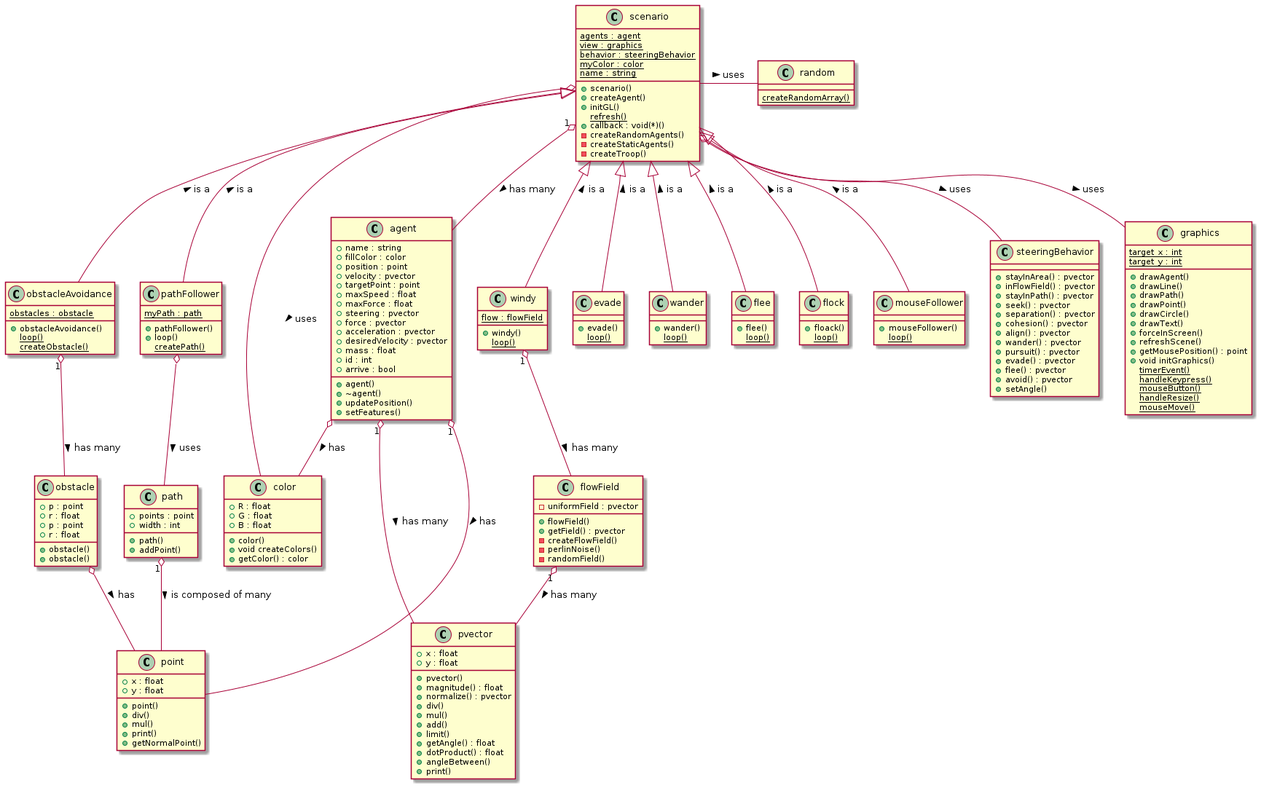
Earlier version of the PlantUML export docs/uml/class_diagram.png (mehmetrizaoz/autonomousSteeringAgents).
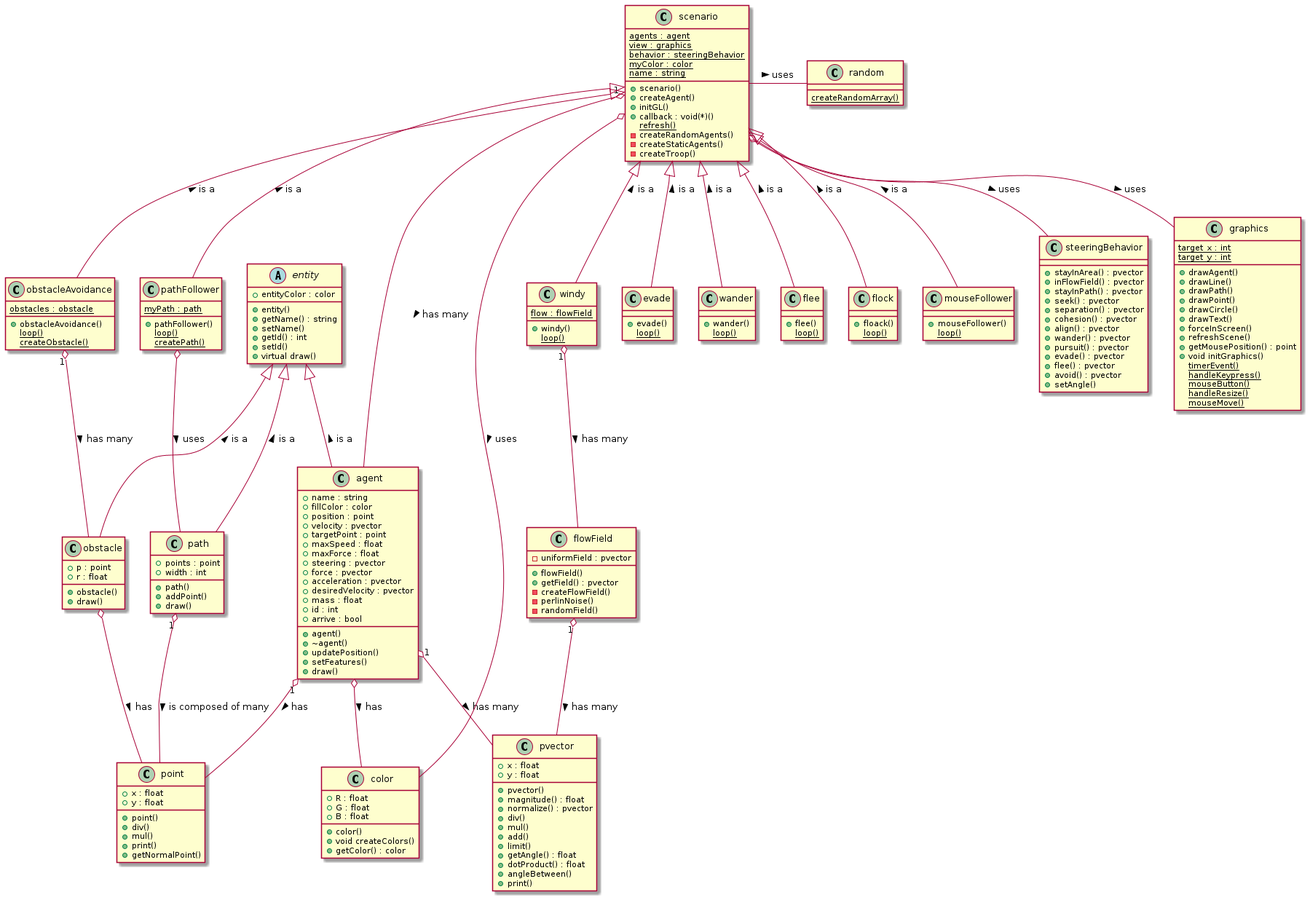
Later version of the same file.

Commit message:
class diagram updated

Diff of the diagram source:
```diff
@@ -1,9 +1,20 @@
-@startuml class
+@startuml class_diagram
+
 class pathFollower{
   +pathFollower()
-  +loop()
+  {static}loop()
   {static}createPath()
   {static}myPath : path
+}
+
+abstract class "entity"{
+  +entity()
+  +getName() : string
+  +setName()
+  +getId() : int
+  +setId()
+  +virtual draw()
+  +entityColor : color
 }
 
 class evade{
@@ -64,13 +75,13 @@
   +scenario()
   +createAgent()
   +initGL()
-  {static}refresh()
   {static}agents : agent
   {static}view : graphics
   {static}behavior : steeringBehavior
   {static}myColor : color
   {static}name : string
   +callback : void(*)()
+  {static}refresh()
   -createRandomAgents()
   -createStaticAgents()
   -createTroop()
@@ -81,10 +92,11 @@
 }
 
 class path {
+  +points : point
+  +width : int
   +path()
   +addPoint()
-  +points : point
-  +width : int
+  +draw()
 }
 
 class agent{
@@ -92,6 +104,7 @@
   +~agent()
   +updatePosition()
   +setFeatures()
+  +draw()
   +name : string
   +fillColor : color
   +position : point
@@ -124,16 +137,10 @@
   +y : float
 }
 
-class obstacle{
-  +p : point
-  +r : float
-  +obstacle()
-}
-
 class flowField{
-  -uniformField : pvector
   +flowField()
   +getField() : pvector
+  -uniformField : pvector
   -createFlowField()
   -perlinNoise()
   -randomField()
@@ -143,6 +150,7 @@
   +p : point
   +r : float
   +obstacle()
+  +draw()
 }
 
 class point{
@@ -207,4 +215,7 @@
 pathFollower o-- path : uses >
 windy "1" o-- flowField : has many >
 scenario - random : uses >
+entity <|-- path : is a <
+entity <|-- agent : is a <
+entity <|-- obstacle : is a <
 @enduml
```
